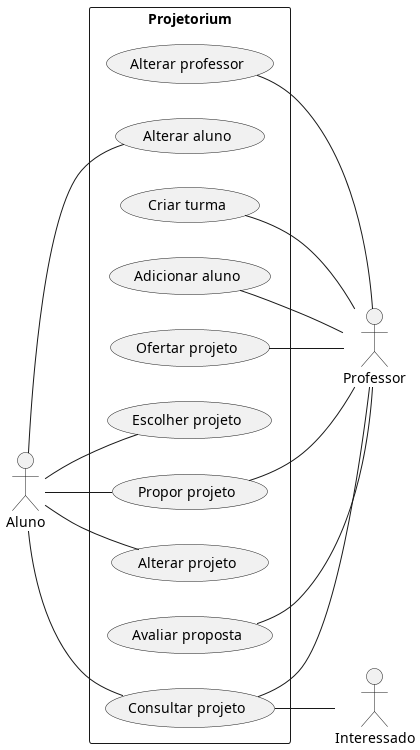
Before: diagramas/usecase.png, a diagram exported from PlantUML (Pedro-V/projetorium).
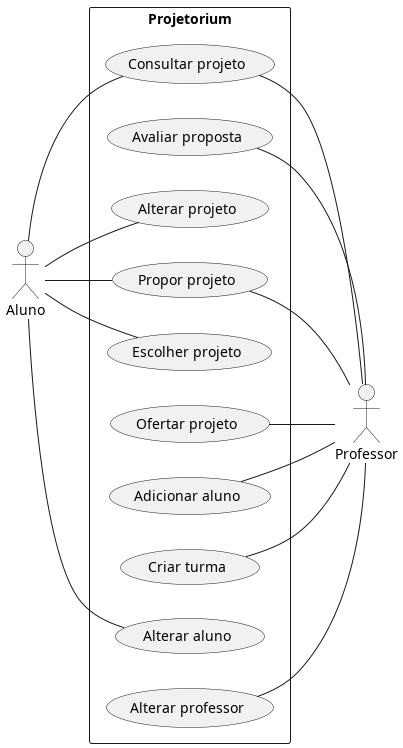
Above is the later version.

Commit message:
Retirado ator Interessado

Diff of the diagram source:
```diff
@@ -2,7 +2,6 @@
 left to right direction
 :Aluno: as Aluno
 :Professor: as Professor
-:Interessado: as Interessado
 
 rectangle "Projetorium" {
     (Alterar professor) as AltProf
@@ -33,6 +32,4 @@
 OfertProj -- Professor
 ConsProj  -- Professor
 AddAluno  -- Professor
-
-ConsProj -- Interessado
 @enduml
```
